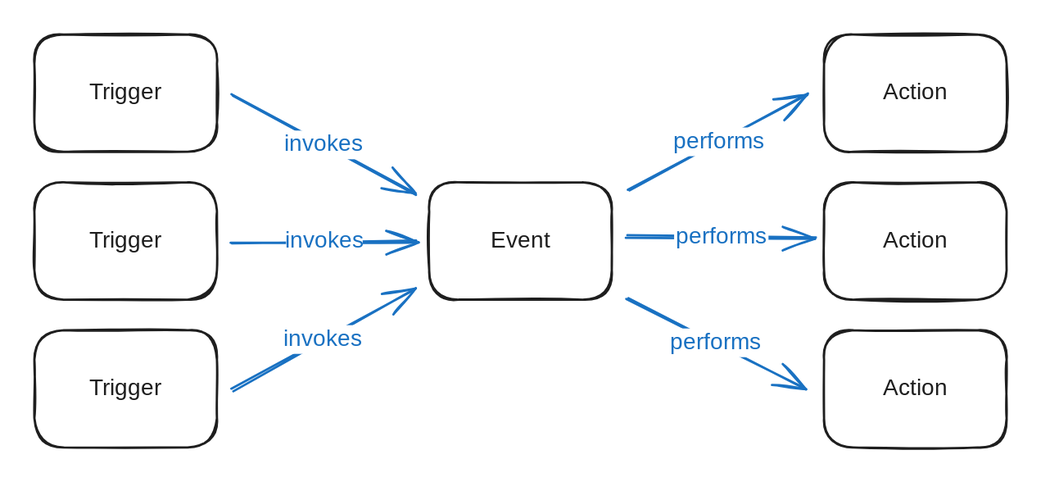
Earlier version of the Excalidraw export .gitbook/assets/file.excalidraw (2).svg (sygnaltech/sa5-docs). Source tidied: one line per element, renumbered; positions are measured from the earlier drawing's top-left corner, leaving out a move shared by most shapes. The source it was exported from:
```json
{"id": 0, "type": "rectangle", "strokeColor": "#1e1e1e", "strokeWidth": 2, "roughness": 1, "round": true, "x": 0, "y": 129, "width": 159, "height": 102}
{"id": 1, "type": "text", "text": "Trigger", "strokeColor": "#1e1e1e", "strokeWidth": 2, "roughness": 1, "fontSize": 20, "fontFamily": 1, "textAlign": "center", "verticalAlign": "middle", "inside": 0, "x": 45, "y": 167, "width": 69, "height": 25}
{"id": 2, "type": "rectangle", "strokeColor": "#1e1e1e", "strokeWidth": 2, "roughness": 1, "round": true, "x": 344, "y": 129, "width": 159, "height": 102}
{"id": 3, "type": "text", "text": "Event", "strokeColor": "#1e1e1e", "strokeWidth": 2, "roughness": 1, "fontSize": 20, "fontFamily": 1, "textAlign": "center", "verticalAlign": "middle", "inside": 2, "x": 396, "y": 167, "width": 56, "height": 25}
{"id": 4, "type": "rectangle", "strokeColor": "#1e1e1e", "strokeWidth": 2, "roughness": 1, "round": true, "x": 689, "y": 129, "width": 159, "height": 102}
{"id": 5, "type": "text", "text": "Action", "strokeColor": "#1e1e1e", "strokeWidth": 2, "roughness": 1, "fontSize": 20, "fontFamily": 1, "textAlign": "center", "verticalAlign": "middle", "inside": 4, "x": 739, "y": 167, "width": 59, "height": 25}
{"id": 6, "type": "arrow", "strokeColor": "#1971c2", "strokeWidth": 2, "roughness": 1, "endArrowhead": "arrow", "round": true, "from": 0, "to": 2, "x": 172, "y": 181, "width": 162, "height": 2, "points": [[0, 0], [162, -2]]}
{"id": 7, "type": "text", "text": "invokes", "strokeColor": "#1971c2", "strokeWidth": 2, "roughness": 1, "fontSize": 20, "fontFamily": 1, "textAlign": "center", "verticalAlign": "middle", "inside": 6, "x": 220, "y": 168, "width": 67, "height": 25}
{"id": 8, "type": "arrow", "strokeColor": "#1971c2", "strokeWidth": 2, "roughness": 1, "endArrowhead": "arrow", "round": true, "from": 2, "to": 4, "x": 517, "y": 176, "width": 164, "height": 2, "points": [[0, 0], [164, 2]]}
{"id": 9, "type": "text", "text": "performs", "strokeColor": "#1971c2", "strokeWidth": 2, "roughness": 1, "fontSize": 20, "fontFamily": 1, "textAlign": "center", "verticalAlign": "middle", "inside": 8, "x": 558, "y": 164, "width": 82, "height": 25}
{"id": 10, "type": "rectangle", "strokeColor": "#1e1e1e", "strokeWidth": 2, "roughness": 1, "round": true, "x": 0, "y": 258, "width": 159, "height": 102}
{"id": 11, "type": "text", "text": "Trigger", "strokeColor": "#1e1e1e", "strokeWidth": 2, "roughness": 1, "fontSize": 20, "fontFamily": 1, "textAlign": "center", "verticalAlign": "middle", "inside": 10, "x": 45, "y": 296, "width": 69, "height": 25}
{"id": 12, "type": "rectangle", "strokeColor": "#1e1e1e", "strokeWidth": 2, "roughness": 1, "round": true, "x": 0, "y": 0, "width": 159, "height": 102}
{"id": 13, "type": "text", "text": "Trigger", "strokeColor": "#1e1e1e", "strokeWidth": 2, "roughness": 1, "fontSize": 20, "fontFamily": 1, "textAlign": "center", "verticalAlign": "middle", "inside": 12, "x": 45, "y": 39, "width": 69, "height": 25}
{"id": 14, "type": "rectangle", "strokeColor": "#1e1e1e", "strokeWidth": 2, "roughness": 1, "round": true, "x": 689, "y": 258, "width": 159, "height": 102}
{"id": 15, "type": "text", "text": "Action", "strokeColor": "#1e1e1e", "strokeWidth": 2, "roughness": 1, "fontSize": 20, "fontFamily": 1, "textAlign": "center", "verticalAlign": "middle", "inside": 14, "x": 739, "y": 296, "width": 59, "height": 25}
{"id": 16, "type": "rectangle", "strokeColor": "#1e1e1e", "strokeWidth": 2, "roughness": 1, "round": true, "x": 689, "y": 0, "width": 159, "height": 102}
{"id": 17, "type": "text", "text": "Action", "strokeColor": "#1e1e1e", "strokeWidth": 2, "roughness": 1, "fontSize": 20, "fontFamily": 1, "textAlign": "center", "verticalAlign": "middle", "inside": 16, "x": 739, "y": 39, "width": 59, "height": 25}
{"id": 18, "type": "arrow", "strokeColor": "#1971c2", "strokeWidth": 2, "roughness": 1, "endArrowhead": "arrow", "round": true, "from": 10, "to": 2, "x": 173, "y": 309, "width": 159, "height": 87, "points": [[0, 0], [159, -87]]}
{"id": 19, "type": "text", "text": "invokes", "strokeColor": "#1971c2", "strokeWidth": 2, "roughness": 1, "fontSize": 20, "fontFamily": 1, "textAlign": "center", "verticalAlign": "middle", "inside": 18, "x": 218, "y": 253, "width": 67, "height": 25}
{"id": 20, "type": "arrow", "strokeColor": "#1971c2", "strokeWidth": 2, "roughness": 1, "endArrowhead": "arrow", "round": true, "from": 12, "to": 2, "x": 173, "y": 54, "width": 159, "height": 85, "points": [[0, 0], [159, 85]]}
{"id": 21, "type": "text", "text": "invokes", "strokeColor": "#1971c2", "strokeWidth": 2, "roughness": 1, "fontSize": 20, "fontFamily": 1, "textAlign": "center", "verticalAlign": "middle", "inside": 20, "x": 219, "y": 84, "width": 67, "height": 25}
{"id": 22, "type": "arrow", "strokeColor": "#1971c2", "strokeWidth": 2, "roughness": 1, "endArrowhead": "arrow", "round": true, "from": 2, "to": 14, "x": 517, "y": 230, "width": 155, "height": 78, "points": [[0, 0], [155, 78]]}
{"id": 23, "type": "text", "text": "performs", "strokeColor": "#1971c2", "strokeWidth": 2, "roughness": 1, "fontSize": 20, "fontFamily": 1, "textAlign": "center", "verticalAlign": "middle", "inside": 22, "x": 558, "y": 164, "width": 82, "height": 25}
{"id": 24, "type": "arrow", "strokeColor": "#1971c2", "strokeWidth": 2, "roughness": 1, "endArrowhead": "arrow", "round": true, "from": 2, "to": 16, "x": 519, "y": 135, "width": 155, "height": 82, "points": [[0, 0], [155, -82]]}
{"id": 25, "type": "text", "text": "performs", "strokeColor": "#1971c2", "strokeWidth": 2, "roughness": 1, "fontSize": 20, "fontFamily": 1, "textAlign": "center", "verticalAlign": "middle", "inside": 24, "x": 558, "y": 164, "width": 82, "height": 25}
```
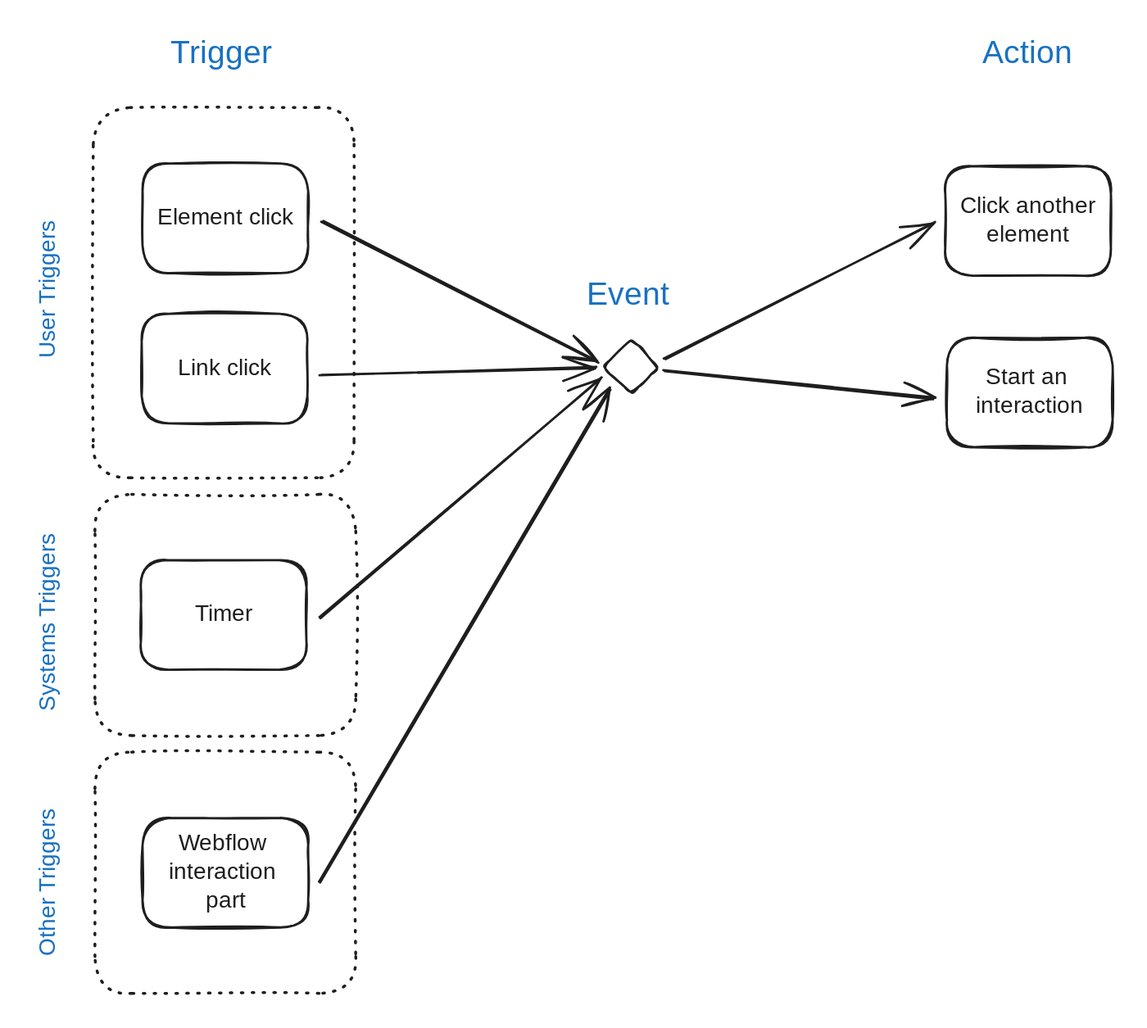
The same file after the commit.

What changed in the source:
```diff
@@ -1,26 +1,28 @@
-{"id": 0, "type": "rectangle", "strokeColor": "#1e1e1e", "strokeWidth": 2, "roughness": 1, "round": true, "x": 0, "y": 129, "width": 159, "height": 102}
-{"id": 1, "type": "text", "text": "Trigger", "strokeColor": "#1e1e1e", "strokeWidth": 2, "roughness": 1, "fontSize": 20, "fontFamily": 1, "textAlign": "center", "verticalAlign": "middle", "inside": 0, "x": 45, "y": 167, "width": 69, "height": 25}
-{"id": 2, "type": "rectangle", "strokeColor": "#1e1e1e", "strokeWidth": 2, "roughness": 1, "round": true, "x": 344, "y": 129, "width": 159, "height": 102}
+{"id": 26, "type": "diamond", "strokeColor": "#1e1e1e", "strokeWidth": 2, "roughness": 1, "round": true, "x": 410, "y": 222, "width": 48, "height": 48}
+{"id": 27, "type": "rectangle", "strokeColor": "#1e1e1e", "backgroundColor": "#ffffff", "fillStyle": "solid", "strokeWidth": 2, "roughness": 1, "round": true, "x": 709, "y": 72, "width": 144, "height": 96}
+{"id": 28, "type": "text", "text": "Click another\nelement", "strokeColor": "#1e1e1e", "backgroundColor": "#ffffff", "fillStyle": "solid", "strokeWidth": 2, "roughness": 1, "fontSize": 20, "fontFamily": 1, "textAlign": "center", "verticalAlign": "middle", "inside": 27, "x": 718, "y": 95, "width": 127, "height": 50}
+{"id": 29, "type": "rectangle", "strokeColor": "#1e1e1e", "backgroundColor": "#ffffff", "fillStyle": "solid", "strokeWidth": 2, "roughness": 1, "round": true, "x": 8, "y": 201, "width": 144, "height": 96}
+{"id": 30, "type": "text", "text": "Link click", "strokeColor": "#1e1e1e", "backgroundColor": "#ffffff", "fillStyle": "solid", "strokeWidth": 2, "roughness": 1, "fontSize": 20, "fontFamily": 1, "textAlign": "center", "verticalAlign": "middle", "inside": 29, "x": 38, "y": 236, "width": 85, "height": 25}
+{"id": 31, "type": "arrow", "strokeColor": "#1e1e1e", "backgroundColor": "#ffffff", "fillStyle": "solid", "strokeWidth": 2, "roughness": 1, "endArrowhead": "arrow", "round": true, "from": 35, "to": 26, "x": 165, "y": 120, "width": 241, "height": 122, "points": [[0, 0], [241, 122]]}
+{"id": 32, "type": "arrow", "strokeColor": "#1e1e1e", "backgroundColor": "#ffffff", "fillStyle": "solid", "strokeWidth": 2, "roughness": 1, "endArrowhead": "arrow", "round": true, "from": 29, "to": 26, "x": 164, "y": 253, "width": 241, "height": 6, "points": [[0, 0], [241, -6]]}
-{"id": 3, "type": "text", "text": "Event", "strokeColor": "#1e1e1e", "strokeWidth": 2, "roughness": 1, "fontSize": 20, "fontFamily": 1, "textAlign": "center", "verticalAlign": "middle", "inside": 2, "x": 396, "y": 167, "width": 56, "height": 25}
+{"id": 3, "type": "text", "text": "Event", "strokeColor": "#1971c2", "backgroundColor": "#ffffff", "fillStyle": "solid", "strokeWidth": 2, "roughness": 1, "fontSize": 28, "fontFamily": 1, "x": 396, "y": 167, "width": 78, "height": 35}
-{"id": 4, "type": "rectangle", "strokeColor": "#1e1e1e", "strokeWidth": 2, "roughness": 1, "round": true, "x": 689, "y": 129, "width": 159, "height": 102}
-{"id": 5, "type": "text", "text": "Action", "strokeColor": "#1e1e1e", "strokeWidth": 2, "roughness": 1, "fontSize": 20, "fontFamily": 1, "textAlign": "center", "verticalAlign": "middle", "inside": 4, "x": 739, "y": 167, "width": 59, "height": 25}
-{"id": 6, "type": "arrow", "strokeColor": "#1971c2", "strokeWidth": 2, "roughness": 1, "endArrowhead": "arrow", "round": true, "from": 0, "to": 2, "x": 172, "y": 181, "width": 162, "height": 2, "points": [[0, 0], [162, -2]]}
-{"id": 7, "type": "text", "text": "invokes", "strokeColor": "#1971c2", "strokeWidth": 2, "roughness": 1, "fontSize": 20, "fontFamily": 1, "textAlign": "center", "verticalAlign": "middle", "inside": 6, "x": 220, "y": 168, "width": 67, "height": 25}
-{"id": 8, "type": "arrow", "strokeColor": "#1971c2", "strokeWidth": 2, "roughness": 1, "endArrowhead": "arrow", "round": true, "from": 2, "to": 4, "x": 517, "y": 176, "width": 164, "height": 2, "points": [[0, 0], [164, 2]]}
-{"id": 9, "type": "text", "text": "performs", "strokeColor": "#1971c2", "strokeWidth": 2, "roughness": 1, "fontSize": 20, "fontFamily": 1, "textAlign": "center", "verticalAlign": "middle", "inside": 8, "x": 558, "y": 164, "width": 82, "height": 25}
-{"id": 10, "type": "rectangle", "strokeColor": "#1e1e1e", "strokeWidth": 2, "roughness": 1, "round": true, "x": 0, "y": 258, "width": 159, "height": 102}
-{"id": 11, "type": "text", "text": "Trigger", "strokeColor": "#1e1e1e", "strokeWidth": 2, "roughness": 1, "fontSize": 20, "fontFamily": 1, "textAlign": "center", "verticalAlign": "middle", "inside": 10, "x": 45, "y": 296, "width": 69, "height": 25}
-{"id": 12, "type": "rectangle", "strokeColor": "#1e1e1e", "strokeWidth": 2, "roughness": 1, "round": true, "x": 0, "y": 0, "width": 159, "height": 102}
-{"id": 13, "type": "text", "text": "Trigger", "strokeColor": "#1e1e1e", "strokeWidth": 2, "roughness": 1, "fontSize": 20, "fontFamily": 1, "textAlign": "center", "verticalAlign": "middle", "inside": 12, "x": 45, "y": 39, "width": 69, "height": 25}
-{"id": 14, "type": "rectangle", "strokeColor": "#1e1e1e", "strokeWidth": 2, "roughness": 1, "round": true, "x": 689, "y": 258, "width": 159, "height": 102}
-{"id": 15, "type": "text", "text": "Action", "strokeColor": "#1e1e1e", "strokeWidth": 2, "roughness": 1, "fontSize": 20, "fontFamily": 1, "textAlign": "center", "verticalAlign": "middle", "inside": 14, "x": 739, "y": 296, "width": 59, "height": 25}
-{"id": 16, "type": "rectangle", "strokeColor": "#1e1e1e", "strokeWidth": 2, "roughness": 1, "round": true, "x": 689, "y": 0, "width": 159, "height": 102}
-{"id": 17, "type": "text", "text": "Action", "strokeColor": "#1e1e1e", "strokeWidth": 2, "roughness": 1, "fontSize": 20, "fontFamily": 1, "textAlign": "center", "verticalAlign": "middle", "inside": 16, "x": 739, "y": 39, "width": 59, "height": 25}
-{"id": 18, "type": "arrow", "strokeColor": "#1971c2", "strokeWidth": 2, "roughness": 1, "endArrowhead": "arrow", "round": true, "from": 10, "to": 2, "x": 173, "y": 309, "width": 159, "height": 87, "points": [[0, 0], [159, -87]]}
-{"id": 19, "type": "text", "text": "invokes", "strokeColor": "#1971c2", "strokeWidth": 2, "roughness": 1, "fontSize": 20, "fontFamily": 1, "textAlign": "center", "verticalAlign": "middle", "inside": 18, "x": 218, "y": 253, "width": 67, "height": 25}
-{"id": 20, "type": "arrow", "strokeColor": "#1971c2", "strokeWidth": 2, "roughness": 1, "endArrowhead": "arrow", "round": true, "from": 12, "to": 2, "x": 173, "y": 54, "width": 159, "height": 85, "points": [[0, 0], [159, 85]]}
-{"id": 21, "type": "text", "text": "invokes", "strokeColor": "#1971c2", "strokeWidth": 2, "roughness": 1, "fontSize": 20, "fontFamily": 1, "textAlign": "center", "verticalAlign": "middle", "inside": 20, "x": 219, "y": 84, "width": 67, "height": 25}
-{"id": 22, "type": "arrow", "strokeColor": "#1971c2", "strokeWidth": 2, "roughness": 1, "endArrowhead": "arrow", "round": true, "from": 2, "to": 14, "x": 517, "y": 230, "width": 155, "height": 78, "points": [[0, 0], [155, 78]]}
-{"id": 23, "type": "text", "text": "performs", "strokeColor": "#1971c2", "strokeWidth": 2, "roughness": 1, "fontSize": 20, "fontFamily": 1, "textAlign": "center", "verticalAlign": "middle", "inside": 22, "x": 558, "y": 164, "width": 82, "height": 25}
-{"id": 24, "type": "arrow", "strokeColor": "#1971c2", "strokeWidth": 2, "roughness": 1, "endArrowhead": "arrow", "round": true, "from": 2, "to": 16, "x": 519, "y": 135, "width": 155, "height": 82, "points": [[0, 0], [155, -82]]}
-{"id": 25, "type": "text", "text": "performs", "strokeColor": "#1971c2", "strokeWidth": 2, "roughness": 1, "fontSize": 20, "fontFamily": 1, "textAlign": "center", "verticalAlign": "middle", "inside": 24, "x": 558, "y": 164, "width": 82, "height": 25}
+{"id": 33, "type": "text", "text": "Trigger", "strokeColor": "#1971c2", "backgroundColor": "#ffffff", "fillStyle": "solid", "strokeWidth": 2, "roughness": 1, "fontSize": 28, "fontFamily": 1, "x": 33, "y": -43, "width": 96, "height": 35}
+{"id": 34, "type": "text", "text": "Action", "strokeColor": "#1971c2", "backgroundColor": "#ffffff", "fillStyle": "solid", "strokeWidth": 2, "roughness": 1, "fontSize": 28, "fontFamily": 1, "x": 741, "y": -43, "width": 83, "height": 35}
+{"id": 35, "type": "rectangle", "strokeColor": "#1e1e1e", "backgroundColor": "#ffffff", "fillStyle": "solid", "strokeWidth": 2, "roughness": 1, "round": true, "x": 9, "y": 70, "width": 144, "height": 96}
+{"id": 36, "type": "text", "text": "Element click", "strokeColor": "#1e1e1e", "backgroundColor": "#ffffff", "fillStyle": "solid", "strokeWidth": 2, "roughness": 1, "fontSize": 20, "fontFamily": 1, "textAlign": "center", "verticalAlign": "middle", "inside": 35, "x": 19, "y": 105, "width": 123, "height": 25}
+{"id": 37, "type": "rectangle", "strokeColor": "#1e1e1e", "backgroundColor": "#ffffff", "fillStyle": "solid", "strokeWidth": 2, "roughness": 1, "round": true, "x": 7, "y": 415, "width": 144, "height": 96}
+{"id": 38, "type": "text", "text": "Timer", "strokeColor": "#1e1e1e", "backgroundColor": "#ffffff", "fillStyle": "solid", "strokeWidth": 2, "roughness": 1, "fontSize": 20, "fontFamily": 1, "textAlign": "center", "verticalAlign": "middle", "inside": 37, "x": 53, "y": 451, "width": 53, "height": 25}
+{"id": 39, "type": "rectangle", "strokeColor": "#1e1e1e", "backgroundColor": "#ffffff", "fillStyle": "solid", "strokeWidth": 2, "roughness": 1, "round": true, "x": 9, "y": 640, "width": 144, "height": 96}
+{"id": 40, "type": "text", "text": "Webflow \ninteraction \npart", "strokeColor": "#1e1e1e", "backgroundColor": "#ffffff", "fillStyle": "solid", "strokeWidth": 2, "roughness": 1, "fontSize": 20, "fontFamily": 1, "textAlign": "center", "verticalAlign": "middle", "inside": 39, "x": 24, "y": 651, "width": 114, "height": 75}
+{"id": 41, "type": "arrow", "strokeColor": "#1e1e1e", "backgroundColor": "#ffffff", "fillStyle": "solid", "strokeWidth": 2, "roughness": 1, "endArrowhead": "arrow", "round": true, "from": 37, "to": 26, "x": 163, "y": 466, "width": 247, "height": 210, "points": [[0, 0], [247, -210]]}
+{"id": 42, "type": "arrow", "strokeColor": "#1e1e1e", "backgroundColor": "#ffffff", "fillStyle": "solid", "strokeWidth": 2, "roughness": 1, "endArrowhead": "arrow", "round": true, "from": 39, "to": 26, "x": 163, "y": 696, "width": 253, "height": 429, "points": [[0, 0], [253, -429]]}
+{"id": 43, "type": "arrow", "strokeColor": "#1e1e1e", "backgroundColor": "#ffffff", "fillStyle": "solid", "strokeWidth": 2, "roughness": 1, "endArrowhead": "arrow", "round": true, "from": 26, "to": 27, "x": 465, "y": 239, "width": 235, "height": 118, "points": [[0, 0], [235, -118]]}
+{"id": 44, "type": "rectangle", "strokeColor": "#1e1e1e", "backgroundColor": "#ffffff", "fillStyle": "solid", "strokeWidth": 2, "roughness": 1, "round": true, "x": 710, "y": 221, "width": 144, "height": 96}
+{"id": 45, "type": "text", "text": "Start an \ninteraction", "strokeColor": "#1e1e1e", "backgroundColor": "#ffffff", "fillStyle": "solid", "strokeWidth": 2, "roughness": 1, "fontSize": 20, "fontFamily": 1, "textAlign": "center", "verticalAlign": "middle", "inside": 44, "x": 731, "y": 244, "width": 104, "height": 50}
+{"id": 46, "type": "rectangle", "strokeColor": "#1e1e1e", "strokeWidth": 2, "strokeStyle": "dotted", "roughness": 1, "round": true, "x": -34, "y": 21, "width": 227, "height": 323}
+{"id": 47, "type": "rectangle", "strokeColor": "#1e1e1e", "strokeWidth": 2, "strokeStyle": "dotted", "roughness": 1, "round": true, "x": -33, "y": 358, "width": 227, "height": 210}
+{"id": 48, "type": "rectangle", "strokeColor": "#1e1e1e", "strokeWidth": 2, "strokeStyle": "dotted", "roughness": 1, "round": true, "x": -33, "y": 583, "width": 227, "height": 210}
+{"id": 49, "type": "text", "text": "User Triggers", "strokeColor": "#1971c2", "angle": 4.71, "backgroundColor": "#ffffff", "fillStyle": "solid", "strokeWidth": 2, "roughness": 1, "fontSize": 20, "fontFamily": 1, "x": -140, "y": 159, "width": 134, "height": 25}
+{"id": 50, "type": "text", "text": "Systems Triggers", "strokeColor": "#1971c2", "angle": 4.71, "backgroundColor": "#ffffff", "fillStyle": "solid", "strokeWidth": 2, "roughness": 1, "fontSize": 20, "fontFamily": 1, "x": -157, "y": 451, "width": 168, "height": 25}
+{"id": 51, "type": "text", "text": "Other Triggers", "strokeColor": "#1971c2", "angle": 4.71, "backgroundColor": "#ffffff", "fillStyle": "solid", "strokeWidth": 2, "roughness": 1, "fontSize": 20, "fontFamily": 1, "x": -145, "y": 676, "width": 145, "height": 25}
+{"id": 52, "type": "arrow", "strokeColor": "#1e1e1e", "strokeWidth": 2, "roughness": 1, "endArrowhead": "arrow", "round": true, "from": 26, "to": 44, "x": 464, "y": 250, "width": 236, "height": 24, "points": [[0, 0], [236, 24]]}
```
